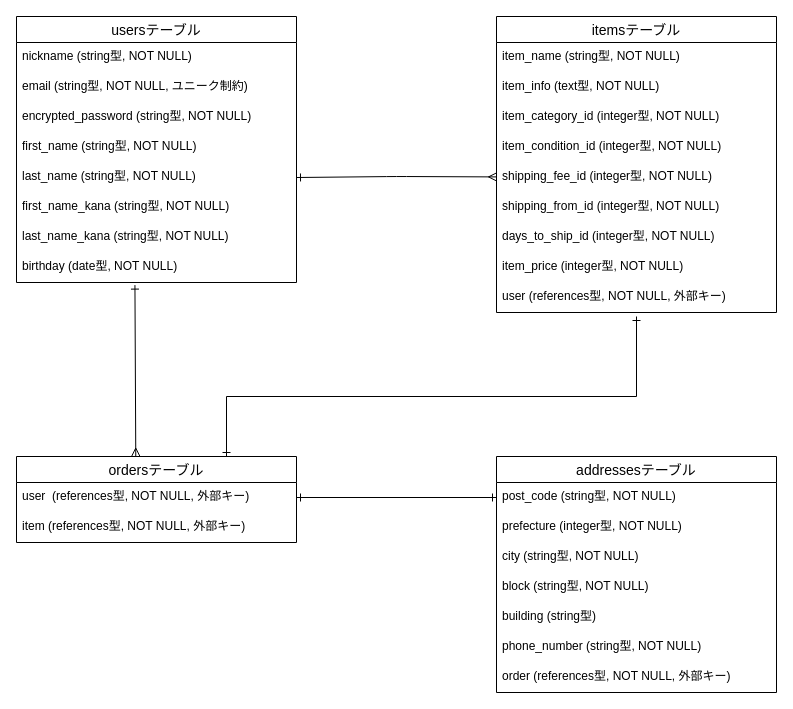
Before: furima.dio in teguchi0920/furima-38847, a draw.io diagram. Source tidied: cells renumbered, new cells numbered last; positions are measured from the earlier drawing's top-left corner, leaving out a move shared by most shapes. Both pictures are drawn from the tidied source at 100%, with x=0, y=0 at pixel (16, 16).
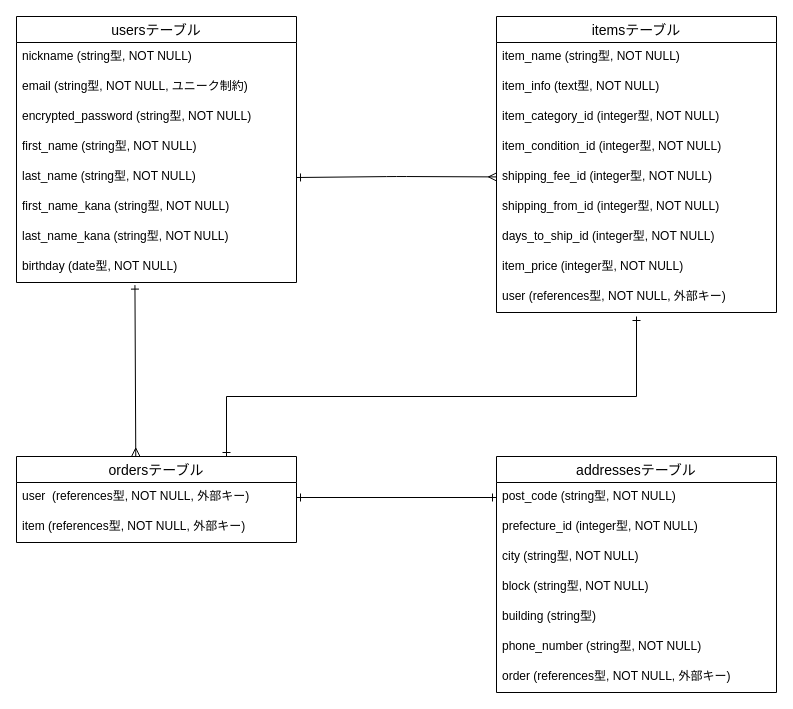
The same diagram, later.

Commit message (it also covers changes not shown here):
active_hash実装予定のため都道府県のカラム名に_idを追加

The change refers to these unchanged cells:
```xml
<mxCell id="24" value="addressesテーブル" style="swimlane;fontStyle=0;horizontal=1;startSize=26;align=center;fontSize=14;" parent="1" vertex="1">
  <mxGeometry x="480" y="440" width="280" height="236" as="geometry" />
</mxCell>
```

Diff of the diagram source:
```diff
@@
-    <mxCell id="26" value="prefecture (integer型, NOT NULL)" style="text;strokeColor=none;fillColor=none;spacingLeft=4;spacingRight=4;overflow=hidden;fontSize=12;" parent="24" vertex="1">
+    <mxCell id="26" value="prefecture_id (integer型, NOT NULL)" style="text;strokeColor=none;fillColor=none;spacingLeft=4;spacingRight=4;overflow=hidden;fontSize=12;" parent="24" vertex="1">
       <mxGeometry y="56" width="280" height="30" as="geometry" />
     </mxCell>
```
